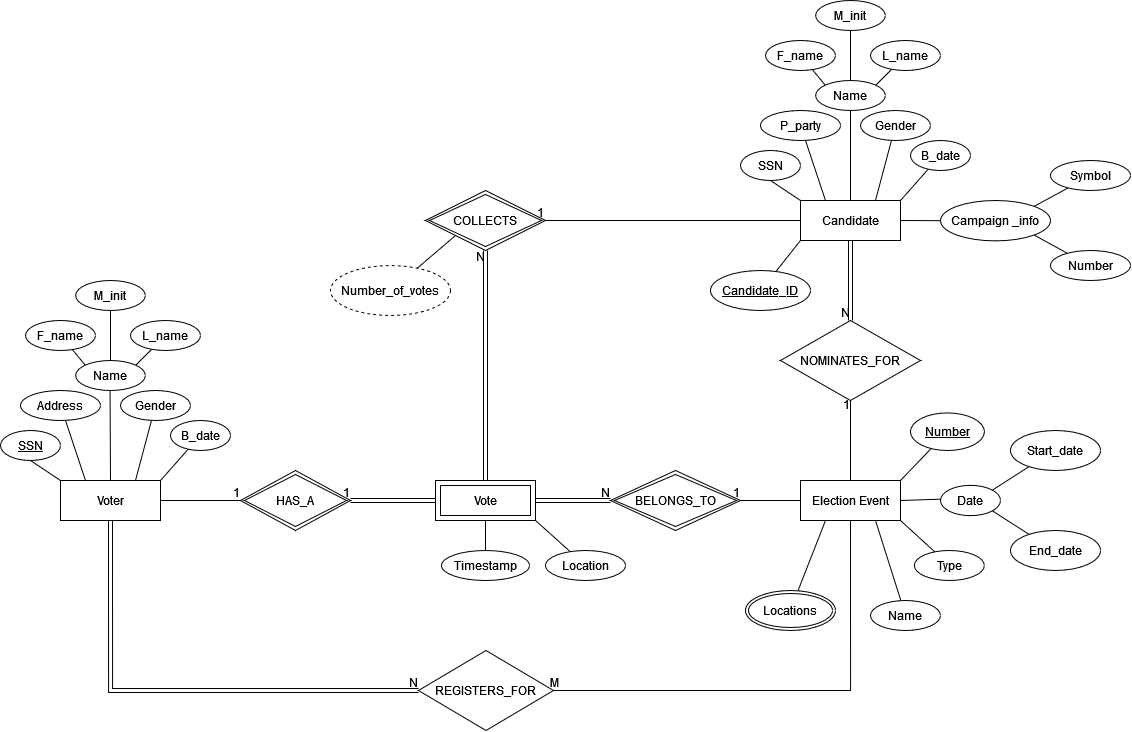
Earlier version of the draw.io export DBMS_ERD.drawio.png (AbdEl-Rahman21/DBMS_Project). Source tidied: cells renumbered, new cells last; positions are measured from the earlier drawing's top-left corner, leaving out a move shared by most shapes.
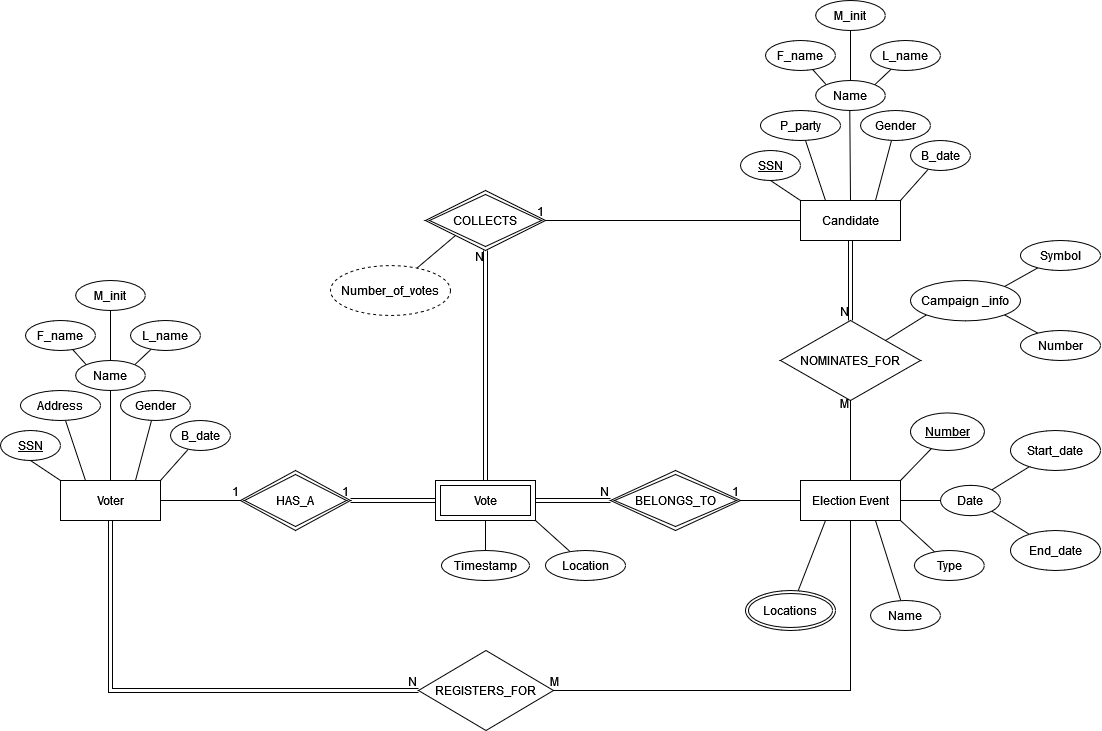
The same diagram one commit later.

What changed in the source:
```diff
@@ -56,6 +56,9 @@
     <mxCell id="19" value="REGISTERS_FOR" style="shape=rhombus;perimeter=rhombusPerimeter;whiteSpace=wrap;html=1;align=center;" parent="1" vertex="1">
       <mxGeometry x="418" y="650" width="135" height="80" as="geometry" />
     </mxCell>
+    <mxCell id="91" style="rounded=0;jettySize=auto;html=1;exitX=1;exitY=0;exitDx=0;exitDy=0;entryX=0;entryY=1;entryDx=0;entryDy=0;endArrow=none;endFill=0;" parent="1" edge="1" source="20" target="63">
+      <mxGeometry relative="1" as="geometry" />
+    </mxCell>
     <mxCell id="20" value="NOMINATES_FOR" style="shape=rhombus;perimeter=rhombusPerimeter;whiteSpace=wrap;html=1;align=center;" parent="1" vertex="1">
       <mxGeometry x="780" y="320" width="140" height="80" as="geometry" />
     </mxCell>
@@ -137,16 +140,10 @@
     <mxCell id="46" style="edgeStyle=none;rounded=0;jettySize=auto;html=1;exitX=1;exitY=0;exitDx=0;exitDy=0;endArrow=none;endFill=0;" parent="1" edge="1" source="49" target="60">
       <mxGeometry relative="1" as="geometry" />
     </mxCell>
-    <mxCell id="47" style="edgeStyle=none;rounded=0;jettySize=auto;html=1;exitX=1;exitY=0.5;exitDx=0;exitDy=0;entryX=0;entryY=0.5;entryDx=0;entryDy=0;endArrow=none;endFill=0;" parent="1" edge="1" source="49" target="63">
-      <mxGeometry relative="1" as="geometry" />
-    </mxCell>
-    <mxCell id="48" style="edgeStyle=none;rounded=0;jettySize=auto;html=1;exitX=0;exitY=1;exitDx=0;exitDy=0;endArrow=none;endFill=0;" parent="1" edge="1" source="49" target="68">
-      <mxGeometry relative="1" as="geometry" />
-    </mxCell>
     <mxCell id="49" value="Candidate" style="whiteSpace=wrap;html=1;align=center;" parent="1" vertex="1">
       <mxGeometry x="800" y="200" width="100" height="40" as="geometry" />
     </mxCell>
-    <mxCell id="50" value="SSN" style="ellipse;whiteSpace=wrap;html=1;align=center;fontStyle=0;" parent="1" vertex="1">
+    <mxCell id="50" value="&lt;u&gt;SSN&lt;/u&gt;" style="ellipse;whiteSpace=wrap;html=1;align=center;fontStyle=0;" parent="1" vertex="1">
       <mxGeometry x="740" y="150" width="60" height="30" as="geometry" />
     </mxCell>
     <mxCell id="51" value="P_party" style="ellipse;whiteSpace=wrap;html=1;align=center;" parent="1" vertex="1">
@@ -186,13 +183,13 @@
       <mxGeometry relative="1" as="geometry" />
     </mxCell>
     <mxCell id="63" value="Campaign _info" style="ellipse;whiteSpace=wrap;html=1;align=center;" parent="1" vertex="1">
-      <mxGeometry x="940" y="200" width="110" height="40.4" as="geometry" />
+      <mxGeometry x="910" y="280" width="110" height="40.4" as="geometry" />
     </mxCell>
     <mxCell id="64" value="Symbol" style="ellipse;whiteSpace=wrap;html=1;align=center;" parent="1" vertex="1">
-      <mxGeometry x="1050" y="160" width="80" height="30" as="geometry" />
+      <mxGeometry x="1020" y="240" width="80" height="30" as="geometry" />
     </mxCell>
     <mxCell id="65" value="Number" style="ellipse;whiteSpace=wrap;html=1;align=center;" parent="1" vertex="1">
-      <mxGeometry x="1050" y="250" width="80" height="30" as="geometry" />
+      <mxGeometry x="1020" y="330" width="80" height="30" as="geometry" />
     </mxCell>
     <mxCell id="66" value="Timestamp " style="ellipse;whiteSpace=wrap;html=1;align=center;" parent="1" vertex="1">
       <mxGeometry x="441" y="550" width="88" height="30" as="geometry" />
@@ -200,9 +197,6 @@
     <mxCell id="67" value="Locations" style="ellipse;shape=doubleEllipse;margin=3;whiteSpace=wrap;html=1;align=center;" parent="1" vertex="1">
       <mxGeometry x="745" y="590" width="90" height="40" as="geometry" />
     </mxCell>
-    <mxCell id="68" value="Candidate_ID" style="ellipse;whiteSpace=wrap;html=1;align=center;fontStyle=4;" parent="1" vertex="1">
-      <mxGeometry x="710" y="270" width="100" height="40" as="geometry" />
-    </mxCell>
     <mxCell id="69" value="Number_of_votes" style="ellipse;whiteSpace=wrap;html=1;align=center;dashed=1;" parent="1" vertex="1">
       <mxGeometry x="330" y="265" width="120" height="50" as="geometry" />
     </mxCell>
@@ -226,7 +220,7 @@
     <mxCell id="75" style="endArrow=none;html=1;rounded=0;entryX=0.5;entryY=1;entryDx=0;entryDy=0;exitX=0.5;exitY=0;exitDx=0;exitDy=0;" parent="1" edge="1" source="13" target="20">
       <mxGeometry relative="1" as="geometry" />
     </mxCell>
-    <mxCell id="76" value="1" style="html=1;whiteSpace=wrap;align=right;verticalAlign=bottom;" parent="75" vertex="1">
+    <mxCell id="76" value="M" style="html=1;whiteSpace=wrap;align=right;verticalAlign=bottom;" parent="75" vertex="1">
       <mxGeometry x="1" relative="1" as="geometry">
         <mxPoint y="12" as="offset" />
       </mxGeometry>
```
